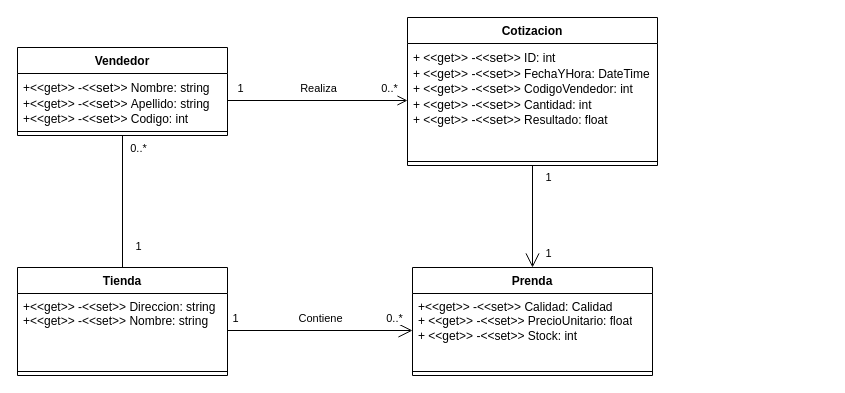
This is Diagramas/DiagramaModelo.drawio from santi9865/Tanodi-DesafioFinal, a draw.io file, before an edit. Source tidied: cells renumbered, new cells numbered last; positions are measured from the earlier drawing's top-left corner, leaving out a move shared by most shapes. Both pictures are drawn from the tidied source at 100%, with x=0, y=0 at pixel (17, 17).
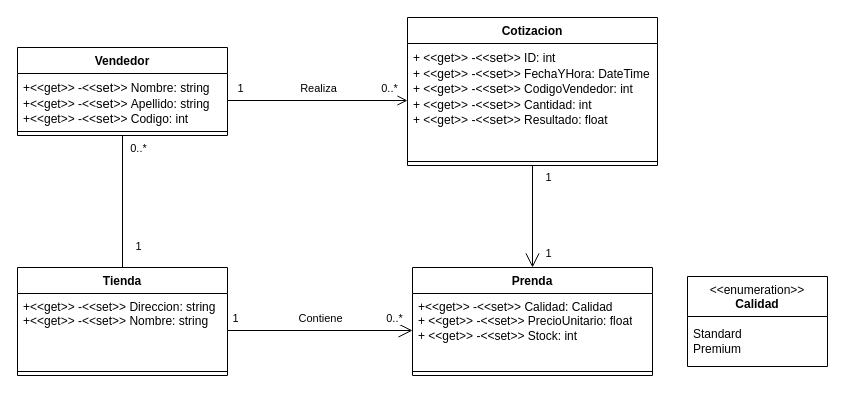
The same page after the edit.

Commit message (it also covers changes not shown here):
Cambio del diagrama e implementacion Parte B

The edit, as a diff of the source:
```diff
@@
+    <mxCell id="29" value="&amp;lt;&amp;lt;enumeration&amp;gt;&amp;gt;&lt;br&gt;&lt;b&gt;Calidad&lt;/b&gt;" style="swimlane;fontStyle=0;align=center;verticalAlign=top;horizontal=1;startSize=40;html=1;whiteSpace=wrap;" parent="1" vertex="1">
+      <mxGeometry x="670" y="259" width="140" height="90" as="geometry" />
+    </mxCell>
+    <mxCell id="30" value="Standard&lt;br&gt;Premium" style="text;html=1;strokeColor=none;fillColor=none;align=left;verticalAlign=middle;spacingLeft=4;spacingRight=4;overflow=hidden;whiteSpace=wrap;" parent="29" vertex="1">
+      <mxGeometry y="40" width="140" height="50" as="geometry" />
+    </mxCell>
```
